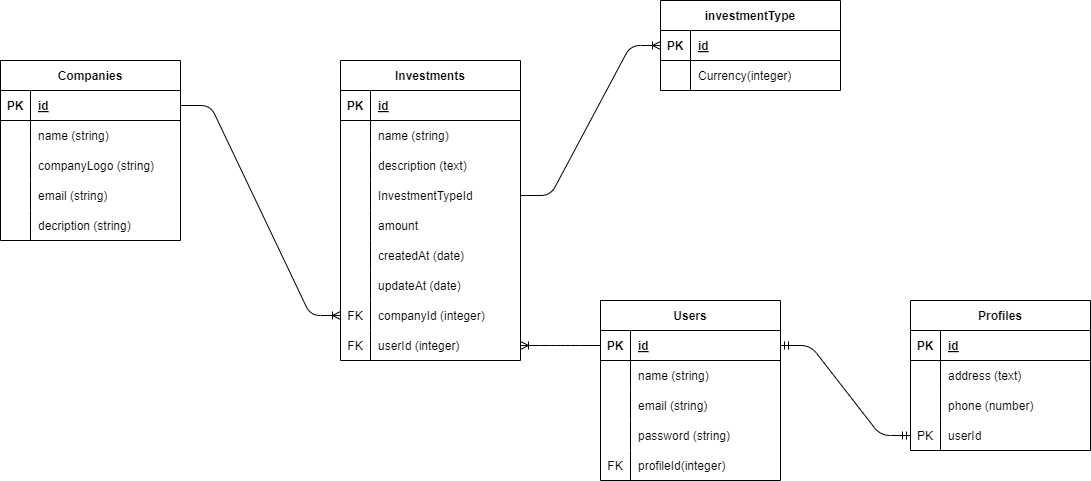
The draw.io diagram erd2.png in Fahmi-ssy/pairedProjectFinTech, before a commit. Source tidied: cells renumbered, new cells last; positions are measured from the earlier drawing's top-left corner, leaving out a move shared by most shapes.
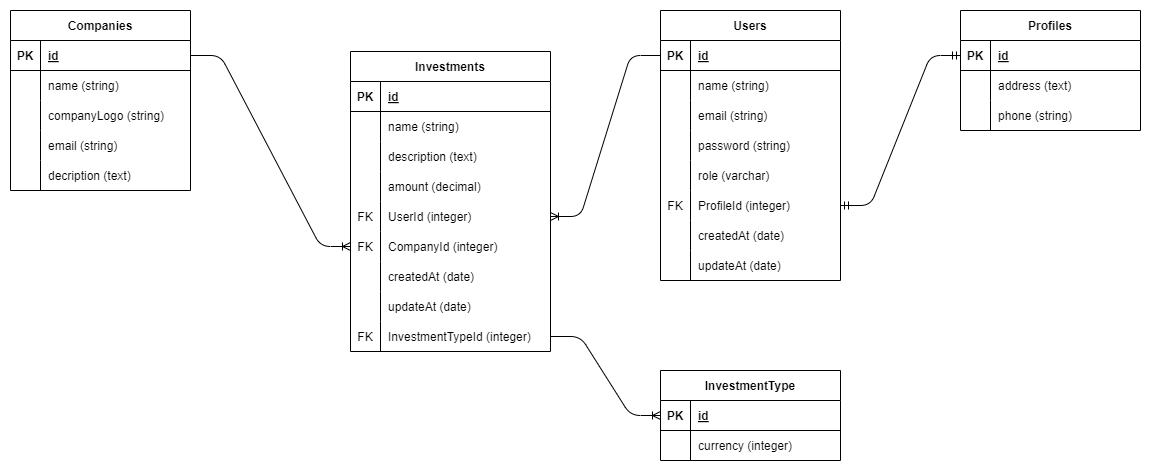
Later version of the same file.

The edit, as a diff of the source:
```diff
@@ -1,9 +1,9 @@
-<mxGraphModel background="#FFFFFF">
+<mxGraphModel background="#ffffff">
   <root>
     <mxCell id="0" />
     <mxCell id="1" parent="0" />
     <mxCell id="2" value="Companies" style="shape=table;startSize=30;rowLines=0;fontStyle=1;align=center;" parent="1" vertex="1">
-      <mxGeometry y="60" width="180" height="180" as="geometry" />
+      <mxGeometry y="20" width="180" height="180" as="geometry" />
     </mxCell>
     <mxCell id="3" style="shape=tableRow;horizontal=0;startSize=0;swimlaneHead=0;swimlaneBody=0;fillColor=none;points=[[0,0.5],[1,0.5]];portConstraint=eastwest;top=0;left=0;right=0;bottom=1;" parent="2" vertex="1">
       <mxGeometry y="30" width="180" height="30" as="geometry" />
@@ -47,95 +47,95 @@
     <mxCell id="16" style="shape=partialRectangle;fillColor=none;top=0;left=0;bottom=0;right=0;overflow=hidden;" parent="15" vertex="1">
       <mxGeometry width="30" height="30" as="geometry" />
     </mxCell>
-    <mxCell id="17" value="decription (string)" style="shape=partialRectangle;fillColor=none;top=0;left=0;bottom=0;right=0;align=left;spacingLeft=6;overflow=hidden;" parent="15" vertex="1">
+    <mxCell id="17" value="decription (text)" style="shape=partialRectangle;fillColor=none;top=0;left=0;bottom=0;right=0;align=left;spacingLeft=6;overflow=hidden;" parent="15" vertex="1">
       <mxGeometry x="30" width="150" height="30" as="geometry" />
     </mxCell>
     <mxCell id="18" value="Investments" style="shape=table;startSize=30;rowLines=0;fontStyle=1;align=center;" parent="1" vertex="1">
-      <mxGeometry x="340" y="60" width="180" height="300" as="geometry" />
+      <mxGeometry x="340" y="61" width="200" height="300" as="geometry" />
     </mxCell>
     <mxCell id="19" style="shape=tableRow;horizontal=0;startSize=0;swimlaneHead=0;swimlaneBody=0;fillColor=none;top=0;left=0;right=0;bottom=1;" parent="18" vertex="1">
-      <mxGeometry y="30" width="180" height="30" as="geometry" />
+      <mxGeometry y="30" width="200" height="30" as="geometry" />
     </mxCell>
     <mxCell id="20" value="PK" style="shape=partialRectangle;fillColor=none;top=0;left=0;bottom=0;right=0;fontStyle=1;overflow=hidden;" parent="19" vertex="1">
       <mxGeometry width="30" height="30" as="geometry" />
     </mxCell>
     <mxCell id="21" value="id" style="shape=partialRectangle;fillColor=none;top=0;left=0;bottom=0;right=0;align=left;spacingLeft=6;fontStyle=5;overflow=hidden;" parent="19" vertex="1">
-      <mxGeometry x="30" width="150" height="30" as="geometry" />
+      <mxGeometry x="30" width="170" height="30" as="geometry" />
     </mxCell>
     <mxCell id="22" style="shape=tableRow;horizontal=0;startSize=0;swimlaneHead=0;swimlaneBody=0;fillColor=none;top=0;left=0;right=0;bottom=0;" parent="18" vertex="1">
-      <mxGeometry y="60" width="180" height="30" as="geometry" />
+      <mxGeometry y="60" width="200" height="30" as="geometry" />
     </mxCell>
     <mxCell id="23" style="shape=partialRectangle;fillColor=none;top=0;left=0;bottom=0;right=0;overflow=hidden;" parent="22" vertex="1">
       <mxGeometry width="30" height="30" as="geometry" />
     </mxCell>
     <mxCell id="24" value="name (string)" style="shape=partialRectangle;fillColor=none;top=0;left=0;bottom=0;right=0;align=left;spacingLeft=6;overflow=hidden;" parent="22" vertex="1">
-      <mxGeometry x="30" width="150" height="30" as="geometry" />
+      <mxGeometry x="30" width="170" height="30" as="geometry" />
     </mxCell>
     <mxCell id="25" style="shape=tableRow;horizontal=0;startSize=0;swimlaneHead=0;swimlaneBody=0;fillColor=none;top=0;left=0;right=0;bottom=0;" parent="18" vertex="1">
-      <mxGeometry y="90" width="180" height="30" as="geometry" />
+      <mxGeometry y="90" width="200" height="30" as="geometry" />
     </mxCell>
     <mxCell id="26" style="shape=partialRectangle;fillColor=none;top=0;left=0;bottom=0;right=0;overflow=hidden;" parent="25" vertex="1">
       <mxGeometry width="30" height="30" as="geometry" />
     </mxCell>
     <mxCell id="27" value="description (text)" style="shape=partialRectangle;fillColor=none;top=0;left=0;bottom=0;right=0;align=left;spacingLeft=6;overflow=hidden;" parent="25" vertex="1">
-      <mxGeometry x="30" width="150" height="30" as="geometry" />
+      <mxGeometry x="30" width="170" height="30" as="geometry" />
     </mxCell>
-    <mxCell id="28" style="shape=tableRow;horizontal=0;startSize=0;swimlaneHead=0;swimlaneBody=0;fillColor=none;points=[[0,0.5],[1,0.5]];portConstraint=eastwest;top=0;left=0;right=0;bottom=0;" parent="18" vertex="1">
-      <mxGeometry y="120" width="180" height="30" as="geometry" />
-    </mxCell>
-    <mxCell id="29" style="shape=partialRectangle;fillColor=none;top=0;left=0;bottom=0;right=0;overflow=hidden;" parent="28" vertex="1">
-      <mxGeometry width="30" height="30" as="geometry" />
-    </mxCell>
-    <mxCell id="30" value="InvestmentTypeId" style="shape=partialRectangle;fillColor=none;top=0;left=0;bottom=0;right=0;align=left;spacingLeft=6;overflow=hidden;" parent="28" vertex="1">
-      <mxGeometry x="30" width="150" height="30" as="geometry" />
-    </mxCell>
     <mxCell id="31" style="shape=tableRow;horizontal=0;startSize=0;swimlaneHead=0;swimlaneBody=0;fillColor=none;top=0;left=0;right=0;bottom=0;" parent="18" vertex="1">
-      <mxGeometry y="150" width="180" height="30" as="geometry" />
+      <mxGeometry y="120" width="200" height="30" as="geometry" />
     </mxCell>
     <mxCell id="32" style="shape=partialRectangle;fillColor=none;top=0;left=0;bottom=0;right=0;overflow=hidden;" parent="31" vertex="1">
       <mxGeometry width="30" height="30" as="geometry" />
     </mxCell>
-    <mxCell id="33" value="amount" style="shape=partialRectangle;fillColor=none;top=0;left=0;bottom=0;right=0;align=left;spacingLeft=6;overflow=hidden;" parent="31" vertex="1">
-      <mxGeometry x="30" width="150" height="30" as="geometry" />
+    <mxCell id="33" value="amount (decimal)" style="shape=partialRectangle;fillColor=none;top=0;left=0;bottom=0;right=0;align=left;spacingLeft=6;overflow=hidden;" parent="31" vertex="1">
+      <mxGeometry x="30" width="170" height="30" as="geometry" />
     </mxCell>
+    <mxCell id="43" style="shape=tableRow;horizontal=0;startSize=0;swimlaneHead=0;swimlaneBody=0;fillColor=none;points=[[0,0.5],[1,0.5]];portConstraint=eastwest;top=0;left=0;right=0;bottom=0;" parent="18" vertex="1">
+      <mxGeometry y="150" width="200" height="30" as="geometry" />
+    </mxCell>
+    <mxCell id="44" value="FK" style="shape=partialRectangle;fillColor=none;top=0;left=0;bottom=0;right=0;overflow=hidden;" parent="43" vertex="1">
+      <mxGeometry width="30" height="30" as="geometry" />
+    </mxCell>
+    <mxCell id="45" value="UserId (integer)" style="shape=partialRectangle;fillColor=none;top=0;left=0;bottom=0;right=0;align=left;spacingLeft=6;overflow=hidden;" parent="43" vertex="1">
+      <mxGeometry x="30" width="170" height="30" as="geometry" />
+    </mxCell>
+    <mxCell id="40" style="shape=tableRow;horizontal=0;startSize=0;swimlaneHead=0;swimlaneBody=0;fillColor=none;points=[[0,0.5],[1,0.5]];portConstraint=eastwest;top=0;left=0;right=0;bottom=0;" parent="18" vertex="1">
+      <mxGeometry y="180" width="200" height="30" as="geometry" />
+    </mxCell>
+    <mxCell id="41" value="FK" style="shape=partialRectangle;fillColor=none;top=0;left=0;bottom=0;right=0;overflow=hidden;" parent="40" vertex="1">
+      <mxGeometry width="30" height="30" as="geometry" />
+    </mxCell>
+    <mxCell id="42" value="CompanyId (integer)" style="shape=partialRectangle;fillColor=none;top=0;left=0;bottom=0;right=0;align=left;spacingLeft=6;overflow=hidden;" parent="40" vertex="1">
+      <mxGeometry x="30" width="170" height="30" as="geometry" />
+    </mxCell>
     <mxCell id="34" style="shape=tableRow;horizontal=0;startSize=0;swimlaneHead=0;swimlaneBody=0;fillColor=none;top=0;left=0;right=0;bottom=0;" parent="18" vertex="1">
-      <mxGeometry y="180" width="180" height="30" as="geometry" />
+      <mxGeometry y="210" width="200" height="30" as="geometry" />
     </mxCell>
     <mxCell id="35" style="shape=partialRectangle;fillColor=none;top=0;left=0;bottom=0;right=0;overflow=hidden;" parent="34" vertex="1">
       <mxGeometry width="30" height="30" as="geometry" />
     </mxCell>
     <mxCell id="36" value="createdAt (date)" style="shape=partialRectangle;fillColor=none;top=0;left=0;bottom=0;right=0;align=left;spacingLeft=6;overflow=hidden;" parent="34" vertex="1">
-      <mxGeometry x="30" width="150" height="30" as="geometry" />
+      <mxGeometry x="30" width="170" height="30" as="geometry" />
     </mxCell>
     <mxCell id="37" style="shape=tableRow;horizontal=0;startSize=0;swimlaneHead=0;swimlaneBody=0;fillColor=none;top=0;left=0;right=0;bottom=0;" parent="18" vertex="1">
-      <mxGeometry y="210" width="180" height="30" as="geometry" />
+      <mxGeometry y="240" width="200" height="30" as="geometry" />
     </mxCell>
     <mxCell id="38" style="shape=partialRectangle;fillColor=none;top=0;left=0;bottom=0;right=0;overflow=hidden;" parent="37" vertex="1">
       <mxGeometry width="30" height="30" as="geometry" />
     </mxCell>
     <mxCell id="39" value="updateAt (date)" style="shape=partialRectangle;fillColor=none;top=0;left=0;bottom=0;right=0;align=left;spacingLeft=6;overflow=hidden;" parent="37" vertex="1">
-      <mxGeometry x="30" width="150" height="30" as="geometry" />
+      <mxGeometry x="30" width="170" height="30" as="geometry" />
     </mxCell>
-    <mxCell id="40" style="shape=tableRow;horizontal=0;startSize=0;swimlaneHead=0;swimlaneBody=0;fillColor=none;points=[[0,0.5],[1,0.5]];portConstraint=eastwest;top=0;left=0;right=0;bottom=0;" parent="18" vertex="1">
-      <mxGeometry y="240" width="180" height="30" as="geometry" />
-    </mxCell>
-    <mxCell id="41" value="FK" style="shape=partialRectangle;fillColor=none;top=0;left=0;bottom=0;right=0;overflow=hidden;" parent="40" vertex="1">
-      <mxGeometry width="30" height="30" as="geometry" />
-    </mxCell>
-    <mxCell id="42" value="companyId (integer)" style="shape=partialRectangle;fillColor=none;top=0;left=0;bottom=0;right=0;align=left;spacingLeft=6;overflow=hidden;" parent="40" vertex="1">
-      <mxGeometry x="30" width="150" height="30" as="geometry" />
-    </mxCell>
-    <mxCell id="43" style="shape=tableRow;horizontal=0;startSize=0;swimlaneHead=0;swimlaneBody=0;fillColor=none;points=[[0,0.5],[1,0.5]];portConstraint=eastwest;top=0;left=0;right=0;bottom=0;" parent="18" vertex="1">
-      <mxGeometry y="270" width="180" height="30" as="geometry" />
-    </mxCell>
-    <mxCell id="44" value="FK" style="shape=partialRectangle;fillColor=none;top=0;left=0;bottom=0;right=0;overflow=hidden;" parent="43" vertex="1">
-      <mxGeometry width="30" height="30" as="geometry" />
-    </mxCell>
-    <mxCell id="45" value="userId (integer)" style="shape=partialRectangle;fillColor=none;top=0;left=0;bottom=0;right=0;align=left;spacingLeft=6;overflow=hidden;" parent="43" vertex="1">
-      <mxGeometry x="30" width="150" height="30" as="geometry" />
-    </mxCell>
+    <mxCell id="28" style="shape=tableRow;horizontal=0;startSize=0;swimlaneHead=0;swimlaneBody=0;fillColor=none;points=[[0,0.5],[1,0.5]];portConstraint=eastwest;top=0;left=0;right=0;bottom=0;" parent="18" vertex="1">
+      <mxGeometry y="270" width="200" height="30" as="geometry" />
+    </mxCell>
+    <mxCell id="29" value="FK" style="shape=partialRectangle;fillColor=none;top=0;left=0;bottom=0;right=0;overflow=hidden;" parent="28" vertex="1">
+      <mxGeometry width="30" height="30" as="geometry" />
+    </mxCell>
+    <mxCell id="30" value="InvestmentTypeId (integer)" style="shape=partialRectangle;fillColor=none;top=0;left=0;bottom=0;right=0;align=left;spacingLeft=6;overflow=hidden;" parent="28" vertex="1">
+      <mxGeometry x="30" width="170" height="30" as="geometry" />
+    </mxCell>
     <mxCell id="46" value="Users" style="shape=table;startSize=30;rowLines=0;fontStyle=1;align=center;" parent="1" vertex="1">
-      <mxGeometry x="600" y="300" width="180" height="180" as="geometry" />
+      <mxGeometry x="650" y="20" width="180" height="270" as="geometry" />
     </mxCell>
     <mxCell id="47" style="shape=tableRow;horizontal=0;startSize=0;swimlaneHead=0;swimlaneBody=0;fillColor=none;points=[[0,0.5],[1,0.5]];portConstraint=eastwest;top=0;left=0;right=0;bottom=1;" parent="46" vertex="1">
       <mxGeometry y="30" width="180" height="30" as="geometry" />
@@ -173,17 +173,44 @@
     <mxCell id="58" value="password (string)" style="shape=partialRectangle;fillColor=none;top=0;left=0;bottom=0;right=0;align=left;spacingLeft=6;overflow=hidden;" parent="56" vertex="1">
       <mxGeometry x="30" width="150" height="30" as="geometry" />
     </mxCell>
+    <mxCell id="86" style="shape=tableRow;horizontal=0;startSize=0;swimlaneHead=0;swimlaneBody=0;fillColor=none;top=0;left=0;right=0;bottom=0;" parent="46" vertex="1">
+      <mxGeometry y="150" width="180" height="30" as="geometry" />
+    </mxCell>
+    <mxCell id="87" style="shape=partialRectangle;fillColor=none;top=0;left=0;bottom=0;right=0;overflow=hidden;" parent="86" vertex="1">
+      <mxGeometry width="30" height="30" as="geometry" />
+    </mxCell>
+    <mxCell id="88" value="role (varchar)" style="shape=partialRectangle;fillColor=none;top=0;left=0;bottom=0;right=0;align=left;spacingLeft=6;overflow=hidden;" parent="86" vertex="1">
+      <mxGeometry x="30" width="150" height="30" as="geometry" />
+    </mxCell>
     <mxCell id="59" style="shape=tableRow;horizontal=0;startSize=0;swimlaneHead=0;swimlaneBody=0;fillColor=none;points=[[0,0.5],[1,0.5]];portConstraint=eastwest;top=0;left=0;right=0;bottom=0;" parent="46" vertex="1">
-      <mxGeometry y="150" width="180" height="30" as="geometry" />
+      <mxGeometry y="180" width="180" height="30" as="geometry" />
     </mxCell>
     <mxCell id="60" value="FK" style="shape=partialRectangle;fillColor=none;top=0;left=0;bottom=0;right=0;overflow=hidden;" parent="59" vertex="1">
       <mxGeometry width="30" height="30" as="geometry" />
     </mxCell>
-    <mxCell id="61" value="profileId(integer)" style="shape=partialRectangle;fillColor=none;top=0;left=0;bottom=0;right=0;align=left;spacingLeft=6;overflow=hidden;" parent="59" vertex="1">
+    <mxCell id="61" value="ProfileId (integer)" style="shape=partialRectangle;fillColor=none;top=0;left=0;bottom=0;right=0;align=left;spacingLeft=6;overflow=hidden;" parent="59" vertex="1">
       <mxGeometry x="30" width="150" height="30" as="geometry" />
     </mxCell>
+    <mxCell id="89" style="shape=tableRow;horizontal=0;startSize=0;swimlaneHead=0;swimlaneBody=0;fillColor=none;top=0;left=0;right=0;bottom=0;" parent="46" vertex="1">
+      <mxGeometry y="210" width="180" height="30" as="geometry" />
+    </mxCell>
+    <mxCell id="90" style="shape=partialRectangle;fillColor=none;top=0;left=0;bottom=0;right=0;overflow=hidden;" parent="89" vertex="1">
+      <mxGeometry width="30" height="30" as="geometry" />
+    </mxCell>
+    <mxCell id="91" value="createdAt (date)" style="shape=partialRectangle;fillColor=none;top=0;left=0;bottom=0;right=0;align=left;spacingLeft=6;overflow=hidden;" parent="89" vertex="1">
+      <mxGeometry x="30" width="150" height="30" as="geometry" />
+    </mxCell>
+    <mxCell id="92" style="shape=tableRow;horizontal=0;startSize=0;swimlaneHead=0;swimlaneBody=0;fillColor=none;top=0;left=0;right=0;bottom=0;" parent="46" vertex="1">
+      <mxGeometry y="240" width="180" height="30" as="geometry" />
+    </mxCell>
+    <mxCell id="93" style="shape=partialRectangle;fillColor=none;top=0;left=0;bottom=0;right=0;overflow=hidden;" parent="92" vertex="1">
+      <mxGeometry width="30" height="30" as="geometry" />
+    </mxCell>
+    <mxCell id="94" value="updateAt (date)" style="shape=partialRectangle;fillColor=none;top=0;left=0;bottom=0;right=0;align=left;spacingLeft=6;overflow=hidden;" parent="92" vertex="1">
+      <mxGeometry x="30" width="150" height="30" as="geometry" />
+    </mxCell>
     <mxCell id="62" value="Profiles" style="shape=table;startSize=30;rowLines=0;fontStyle=1;align=center;" parent="1" vertex="1">
-      <mxGeometry x="910" y="300" width="180" height="150" as="geometry" />
+      <mxGeometry x="950" y="20" width="180" height="120" as="geometry" />
     </mxCell>
     <mxCell id="63" style="shape=tableRow;horizontal=0;startSize=0;swimlaneHead=0;swimlaneBody=0;fillColor=none;points=[[0,0.5],[1,0.5]];portConstraint=eastwest;top=0;left=0;right=0;bottom=1;" parent="62" vertex="1">
       <mxGeometry y="30" width="180" height="30" as="geometry" />
@@ -209,20 +236,11 @@
     <mxCell id="70" style="shape=partialRectangle;fillColor=none;top=0;left=0;bottom=0;right=0;overflow=hidden;" parent="69" vertex="1">
       <mxGeometry width="30" height="30" as="geometry" />
     </mxCell>
-    <mxCell id="71" value="phone (number)" style="shape=partialRectangle;fillColor=none;top=0;left=0;bottom=0;right=0;align=left;spacingLeft=6;overflow=hidden;" parent="69" vertex="1">
+    <mxCell id="71" value="phone (string)" style="shape=partialRectangle;fillColor=none;top=0;left=0;bottom=0;right=0;align=left;spacingLeft=6;overflow=hidden;" parent="69" vertex="1">
       <mxGeometry x="30" width="150" height="30" as="geometry" />
     </mxCell>
-    <mxCell id="72" style="shape=tableRow;horizontal=0;startSize=0;swimlaneHead=0;swimlaneBody=0;fillColor=none;points=[[0,0.5],[1,0.5]];portConstraint=eastwest;top=0;left=0;right=0;bottom=0;" parent="62" vertex="1">
-      <mxGeometry y="120" width="180" height="30" as="geometry" />
-    </mxCell>
-    <mxCell id="73" value="PK" style="shape=partialRectangle;fillColor=none;top=0;left=0;bottom=0;right=0;overflow=hidden;" parent="72" vertex="1">
-      <mxGeometry width="30" height="30" as="geometry" />
-    </mxCell>
-    <mxCell id="74" value="userId" style="shape=partialRectangle;fillColor=none;top=0;left=0;bottom=0;right=0;align=left;spacingLeft=6;overflow=hidden;" parent="72" vertex="1">
-      <mxGeometry x="30" width="150" height="30" as="geometry" />
-    </mxCell>
-    <mxCell id="75" value="investmentType" style="shape=table;startSize=30;rowLines=0;fontStyle=1;align=center;" parent="1" vertex="1">
-      <mxGeometry x="660" width="180" height="90" as="geometry" />
+    <mxCell id="75" value="InvestmentType" style="shape=table;startSize=30;rowLines=0;fontStyle=1;align=center;" parent="1" vertex="1">
+      <mxGeometry x="650" y="380" width="180" height="90" as="geometry" />
     </mxCell>
     <mxCell id="76" style="shape=tableRow;horizontal=0;startSize=0;swimlaneHead=0;swimlaneBody=0;fillColor=none;points=[[0,0.5],[1,0.5]];portConstraint=eastwest;top=0;left=0;right=0;bottom=1;" parent="75" vertex="1">
       <mxGeometry y="30" width="180" height="30" as="geometry" />
@@ -239,10 +257,10 @@
     <mxCell id="80" style="shape=partialRectangle;fillColor=none;top=0;left=0;bottom=0;right=0;overflow=hidden;" parent="79" vertex="1">
       <mxGeometry width="30" height="30" as="geometry" />
     </mxCell>
-    <mxCell id="81" value="Currency(integer)" style="shape=partialRectangle;fillColor=none;top=0;left=0;bottom=0;right=0;align=left;spacingLeft=6;overflow=hidden;" parent="79" vertex="1">
+    <mxCell id="81" value="currency (integer)" style="shape=partialRectangle;fillColor=none;top=0;left=0;bottom=0;right=0;align=left;spacingLeft=6;overflow=hidden;" parent="79" vertex="1">
       <mxGeometry x="30" width="150" height="30" as="geometry" />
     </mxCell>
-    <mxCell id="82" style="edgeStyle=entityRelationEdgeStyle;fontSize=12;html=1;endArrow=ERmandOne;startArrow=ERmandOne;entryX=0;entryY=0.5;entryDx=0;entryDy=0;" parent="1" edge="1" source="47" target="72">
+    <mxCell id="82" style="edgeStyle=entityRelationEdgeStyle;fontSize=12;html=1;endArrow=ERmandOne;startArrow=ERmandOne;entryX=0;entryY=0.5;entryDx=0;entryDy=0;exitX=1;exitY=0.5;exitDx=0;exitDy=0;" parent="1" edge="1" source="59" target="63">
       <mxGeometry relative="1" as="geometry" />
     </mxCell>
     <mxCell id="83" style="edgeStyle=entityRelationEdgeStyle;fontSize=12;html=1;endArrow=ERoneToMany;entryX=1;entryY=0.5;entryDx=0;entryDy=0;exitX=0;exitY=0.5;exitDx=0;exitDy=0;" parent="1" edge="1" source="47" target="43">
@@ -254,5 +272,11 @@
     <mxCell id="85" style="edgeStyle=entityRelationEdgeStyle;fontSize=12;html=1;endArrow=ERoneToMany;exitX=1;exitY=0.5;exitDx=0;exitDy=0;entryX=0;entryY=0.5;entryDx=0;entryDy=0;" parent="1" edge="1" source="28" target="76">
       <mxGeometry relative="1" as="geometry" />
     </mxCell>
+    <mxCell id="95" style="shape=tableRow;horizontal=0;startSize=0;swimlaneHead=0;swimlaneBody=0;fillColor=none;top=0;left=0;right=0;bottom=0;" parent="1" vertex="1">
+      <mxGeometry x="630" y="240" width="200" height="30" as="geometry" />
+    </mxCell>
+    <mxCell id="96" style="shape=tableRow;horizontal=0;startSize=0;swimlaneHead=0;swimlaneBody=0;fillColor=none;top=0;left=0;right=0;bottom=0;" parent="1" vertex="1">
+      <mxGeometry x="630" y="270" width="200" height="30" as="geometry" />
+    </mxCell>
   </root>
 </mxGraphModel>
```
